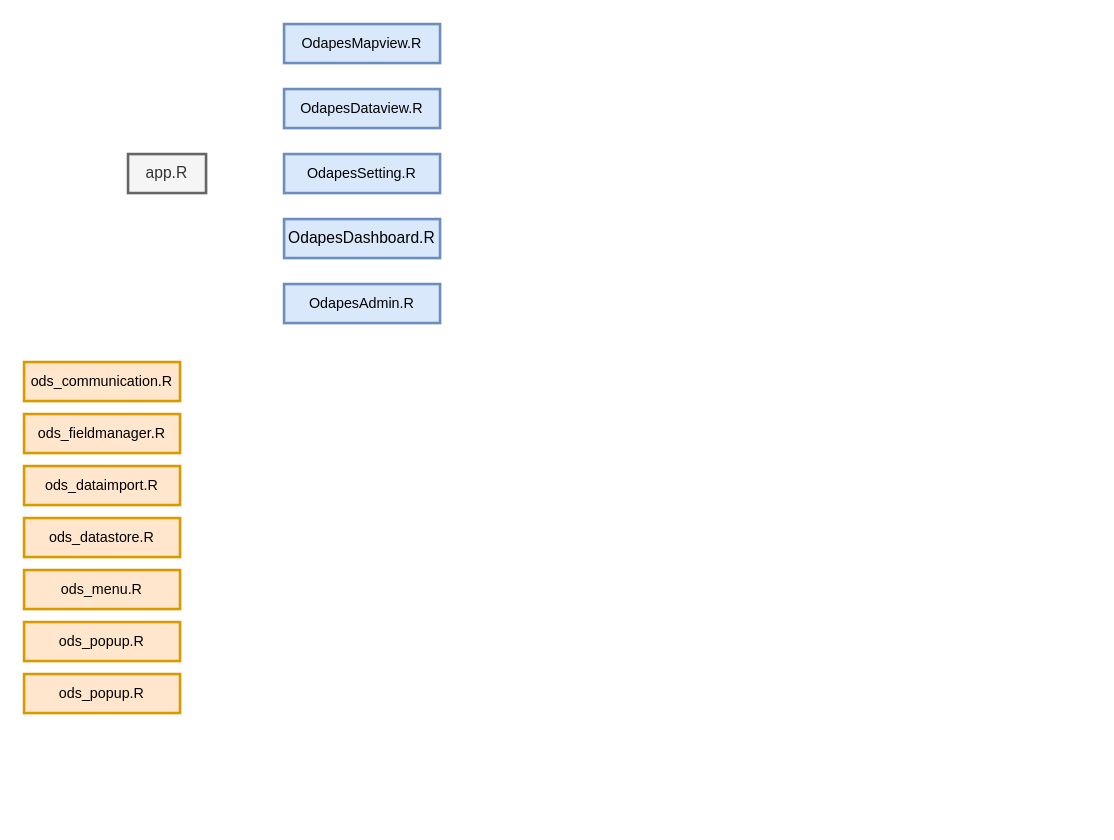
Before: Untitled Diagram.drawio in ODAPES/system_documentation, a draw.io diagram. Source tidied: cells renumbered, new cells numbered last; positions are measured from the earlier drawing's top-left corner, leaving out a move shared by most shapes. Both pictures are drawn from the tidied source at 130%, with x=0, y=0 at pixel (23, 23).
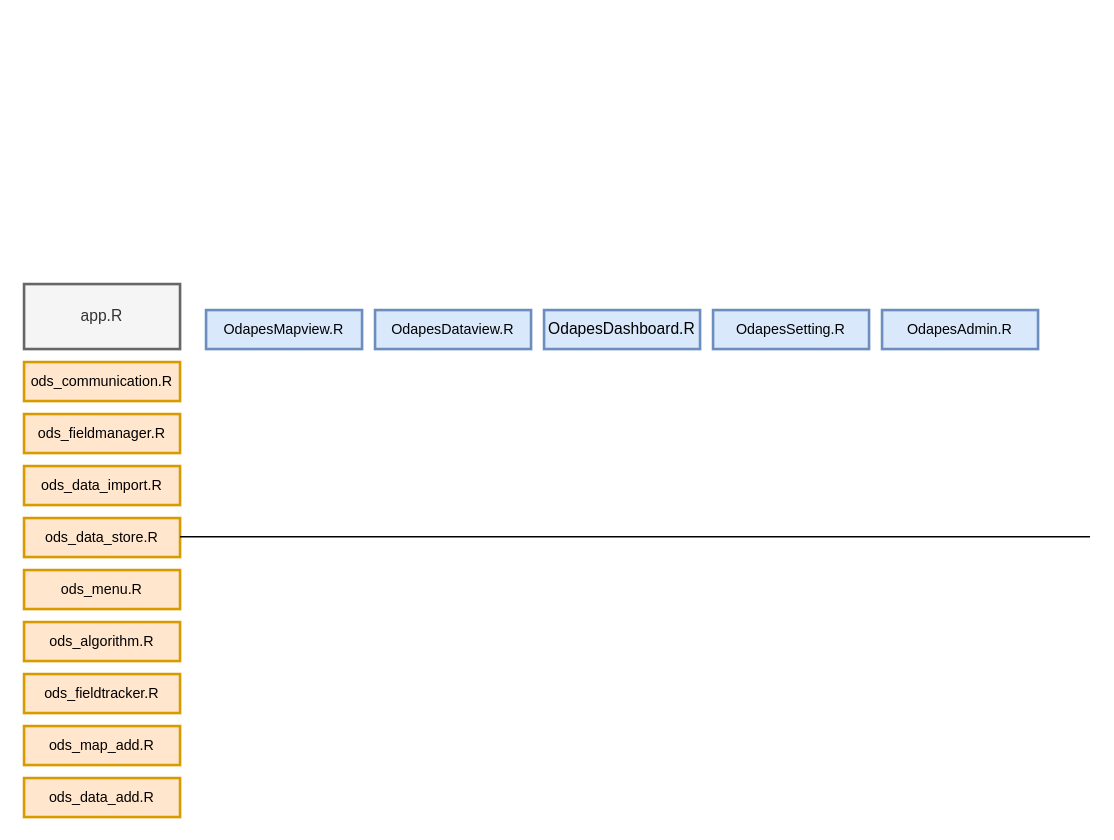
After the change.

Change to the diagram source:
```diff
@@
 <mxGraphModel>
   <root>
     <mxCell id="0" />
     <mxCell id="1" parent="0" />
     <mxCell id="2" value="app.R" style="text;html=1;strokeColor=#666666;fillColor=#f5f5f5;align=center;verticalAlign=middle;whiteSpace=wrap;rounded=0;strokeWidth=2;fontColor=#333333;" parent="1" vertex="1">
-      <mxGeometry x="80" y="100" width="60" height="30" as="geometry" />
+      <mxGeometry y="200" width="120" height="50" as="geometry" />
     </mxCell>
     <mxCell id="3" value="&lt;font style=&quot;font-size: 11px;&quot;&gt;OdapesDataview.R&lt;/font&gt;" style="text;html=1;strokeColor=#6c8ebf;fillColor=#dae8fc;align=center;verticalAlign=middle;whiteSpace=wrap;rounded=0;strokeWidth=2;" parent="1" vertex="1">
-      <mxGeometry x="200" y="50" width="120" height="30" as="geometry" />
+      <mxGeometry x="270" y="220" width="120" height="30" as="geometry" />
     </mxCell>
     <mxCell id="4" value="&lt;font style=&quot;font-size: 11px;&quot;&gt;OdapesMapview.R&lt;/font&gt;" style="text;html=1;strokeColor=#6c8ebf;fillColor=#dae8fc;align=center;verticalAlign=middle;whiteSpace=wrap;rounded=0;strokeWidth=2;" parent="1" vertex="1">
-      <mxGeometry x="200" width="120" height="30" as="geometry" />
+      <mxGeometry x="140" y="220" width="120" height="30" as="geometry" />
     </mxCell>
     <mxCell id="5" value="&lt;font style=&quot;font-size: 11px;&quot;&gt;OdapesSetting.R&lt;/font&gt;" style="text;html=1;strokeColor=#6c8ebf;fillColor=#dae8fc;align=center;verticalAlign=middle;whiteSpace=wrap;rounded=0;strokeWidth=2;" parent="1" vertex="1">
-      <mxGeometry x="200" y="100" width="120" height="30" as="geometry" />
+      <mxGeometry x="530" y="220" width="120" height="30" as="geometry" />
     </mxCell>
     <mxCell id="6" value="OdapesDashboard.R" style="text;html=1;strokeColor=#6c8ebf;fillColor=#dae8fc;align=center;verticalAlign=middle;whiteSpace=wrap;rounded=0;strokeWidth=2;" parent="1" vertex="1">
-      <mxGeometry x="200" y="150" width="120" height="30" as="geometry" />
+      <mxGeometry x="400" y="220" width="120" height="30" as="geometry" />
     </mxCell>
     <mxCell id="7" value="&lt;font style=&quot;font-size: 11px;&quot;&gt;OdapesAdmin.R&lt;/font&gt;" style="text;html=1;strokeColor=#6c8ebf;fillColor=#dae8fc;align=center;verticalAlign=middle;whiteSpace=wrap;rounded=0;strokeWidth=2;" parent="1" vertex="1">
-      <mxGeometry x="200" y="200" width="120" height="30" as="geometry" />
+      <mxGeometry x="660" y="220" width="120" height="30" as="geometry" />
     </mxCell>
     <mxCell id="8" value="&lt;font style=&quot;font-size: 11px;&quot;&gt;ods_fieldmanager.R&lt;/font&gt;" style="text;html=1;strokeColor=#d79b00;fillColor=#ffe6cc;align=center;verticalAlign=middle;whiteSpace=wrap;rounded=0;strokeWidth=2;" parent="1" vertex="1">
       <mxGeometry y="300" width="120" height="30" as="geometry" />
     </mxCell>
     <mxCell id="9" value="&lt;font style=&quot;font-size: 11px;&quot;&gt;ods_communication.R&lt;/font&gt;" style="text;html=1;strokeColor=#d79b00;fillColor=#ffe6cc;align=center;verticalAlign=middle;whiteSpace=wrap;rounded=0;strokeWidth=2;" parent="1" vertex="1">
       <mxGeometry y="260" width="120" height="30" as="geometry" />
     </mxCell>
-    <mxCell id="10" value="&lt;font style=&quot;font-size: 11px;&quot;&gt;ods_dataimport.R&lt;/font&gt;" style="text;html=1;strokeColor=#d79b00;fillColor=#ffe6cc;align=center;verticalAlign=middle;whiteSpace=wrap;rounded=0;strokeWidth=2;" parent="1" vertex="1">
+    <mxCell id="10" value="&lt;font style=&quot;font-size: 11px;&quot;&gt;ods_data_import.R&lt;/font&gt;" style="text;html=1;strokeColor=#d79b00;fillColor=#ffe6cc;align=center;verticalAlign=middle;whiteSpace=wrap;rounded=0;strokeWidth=2;" parent="1" vertex="1">
       <mxGeometry y="340" width="120" height="30" as="geometry" />
     </mxCell>
-    <mxCell id="11" value="&lt;font style=&quot;font-size: 11px;&quot;&gt;ods_datastore.R&lt;/font&gt;" style="text;html=1;strokeColor=#d79b00;fillColor=#ffe6cc;align=center;verticalAlign=middle;whiteSpace=wrap;rounded=0;strokeWidth=2;" parent="1" vertex="1">
+    <mxCell id="11" value="&lt;font style=&quot;font-size: 11px;&quot;&gt;ods_data_store.R&lt;/font&gt;" style="text;html=1;strokeColor=#d79b00;fillColor=#ffe6cc;align=center;verticalAlign=middle;whiteSpace=wrap;rounded=0;strokeWidth=2;" parent="1" vertex="1">
       <mxGeometry y="380" width="120" height="30" as="geometry" />
     </mxCell>
     <mxCell id="12" value="&lt;font style=&quot;font-size: 11px;&quot;&gt;ods_menu.R&lt;/font&gt;" style="text;html=1;strokeColor=#d79b00;fillColor=#ffe6cc;align=center;verticalAlign=middle;whiteSpace=wrap;rounded=0;strokeWidth=2;" parent="1" vertex="1">
       <mxGeometry y="420" width="120" height="30" as="geometry" />
     </mxCell>
-    <mxCell id="13" value="&lt;font style=&quot;font-size: 11px;&quot;&gt;ods_popup.R&lt;/font&gt;" style="text;html=1;strokeColor=#d79b00;fillColor=#ffe6cc;align=center;verticalAlign=middle;whiteSpace=wrap;rounded=0;strokeWidth=2;" parent="1" vertex="1">
+    <mxCell id="13" value="&lt;font style=&quot;font-size: 11px;&quot;&gt;ods_algorithm.R&lt;/font&gt;" style="text;html=1;strokeColor=#d79b00;fillColor=#ffe6cc;align=center;verticalAlign=middle;whiteSpace=wrap;rounded=0;strokeWidth=2;" parent="1" vertex="1">
       <mxGeometry y="460" width="120" height="30" as="geometry" />
     </mxCell>
-    <mxCell id="14" value="&lt;font style=&quot;font-size: 11px;&quot;&gt;ods_popup.R&lt;/font&gt;" style="text;html=1;strokeColor=#d79b00;fillColor=#ffe6cc;align=center;verticalAlign=middle;whiteSpace=wrap;rounded=0;strokeWidth=2;" parent="1" vertex="1">
+    <mxCell id="14" value="&lt;font style=&quot;font-size: 11px;&quot;&gt;ods_fieldtracker.R&lt;/font&gt;" style="text;html=1;strokeColor=#d79b00;fillColor=#ffe6cc;align=center;verticalAlign=middle;whiteSpace=wrap;rounded=0;strokeWidth=2;" parent="1" vertex="1">
       <mxGeometry y="500" width="120" height="30" as="geometry" />
     </mxCell>
+    <mxCell id="15" value="&lt;font style=&quot;font-size: 11px;&quot;&gt;ods_map_add.R&lt;/font&gt;" style="text;html=1;strokeColor=#d79b00;fillColor=#ffe6cc;align=center;verticalAlign=middle;whiteSpace=wrap;rounded=0;strokeWidth=2;" parent="1" vertex="1">
+      <mxGeometry y="540" width="120" height="30" as="geometry" />
+    </mxCell>
+    <mxCell id="16" value="&lt;font style=&quot;font-size: 11px;&quot;&gt;ods_data_add.R&lt;/font&gt;" style="text;html=1;strokeColor=#d79b00;fillColor=#ffe6cc;align=center;verticalAlign=middle;whiteSpace=wrap;rounded=0;strokeWidth=2;" parent="1" vertex="1">
+      <mxGeometry y="580" width="120" height="30" as="geometry" />
+    </mxCell>
+    <mxCell id="17" style="endArrow=none;html=1;rounded=0;fontSize=11;" parent="1" edge="1">
+      <mxGeometry relative="1" as="geometry">
+        <mxPoint x="120" y="394.4" as="sourcePoint" />
+        <mxPoint x="820" y="394.4" as="targetPoint" />
+      </mxGeometry>
+    </mxCell>
   </root>
 </mxGraphModel>
```
